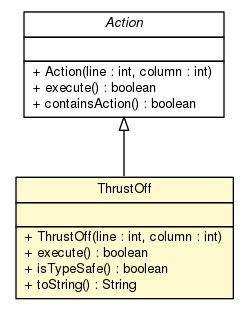
Above: doc/model/programs/parsing/language/statement/action/ThrustOff.png in sinopeus/asteroids (Graphviz), before the change. Its source is kept beside it as doc/model/programs/parsing/language/statement/action/ThrustOff.dot.
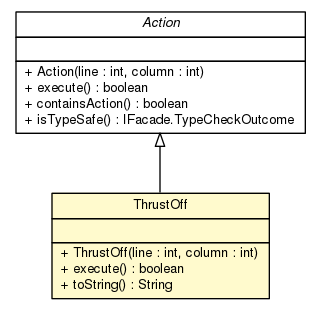
After the commit.

What changed in the source:
```diff
@@ -4,7 +4,7 @@
 	node [fontname="Helvetica",fontsize=10,shape=plaintext];
 	nodesep=0.25;
 	ranksep=0.5;
-	c16443 [label=<<table title="model.programs.parsing.language.statement.action.Action" border="0" cellborder="1" cellspacing="0" cellpadding="2" port="p" href="./Action.html">
+	c16568 [label=<<table title="model.programs.parsing.language.statement.action.Action" border="0" cellborder="1" cellspacing="0" cellpadding="2" port="p" href="./Action.html">
 		<tr><td><table border="0" cellspacing="0" cellpadding="1">
 <tr><td align="center" balign="center"><font face="Helvetica-Oblique"> Action </font></td></tr>
 		</table></td></tr>
@@ -15,9 +15,10 @@
 <tr><td align="left" balign="left"> + Action(line : int, column : int) </td></tr>
 <tr><td align="left" balign="left"> + execute() : boolean </td></tr>
 <tr><td align="left" balign="left"> + containsAction() : boolean </td></tr>
+<tr><td align="left" balign="left"> + isTypeSafe() : IFacade.TypeCheckOutcome </td></tr>
 		</table></td></tr>
 		</table>>, URL="./Action.html", fontname="Helvetica", fontcolor="black", fontsize=10.0];
-	c16447 [label=<<table title="model.programs.parsing.language.statement.action.ThrustOff" border="0" cellborder="1" cellspacing="0" cellpadding="2" port="p" bgcolor="lemonChiffon" href="./ThrustOff.html">
+	c16572 [label=<<table title="model.programs.parsing.language.statement.action.ThrustOff" border="0" cellborder="1" cellspacing="0" cellpadding="2" port="p" bgcolor="lemonChiffon" href="./ThrustOff.html">
 		<tr><td><table border="0" cellspacing="0" cellpadding="1">
 <tr><td align="center" balign="center"> ThrustOff </td></tr>
 		</table></td></tr>
@@ -27,9 +28,8 @@
 		<tr><td><table border="0" cellspacing="0" cellpadding="1">
 <tr><td align="left" balign="left"> + ThrustOff(line : int, column : int) </td></tr>
 <tr><td align="left" balign="left"> + execute() : boolean </td></tr>
-<tr><td align="left" balign="left"> + isTypeSafe() : boolean </td></tr>
 <tr><td align="left" balign="left"> + toString() : String </td></tr>
 		</table></td></tr>
 		</table>>, URL="./ThrustOff.html", fontname="Helvetica", fontcolor="black", fontsize=10.0];
-	c16443:p -> c16447:p [dir=back,arrowtail=empty];
+	c16568:p -> c16572:p [dir=back,arrowtail=empty];
 }
```
